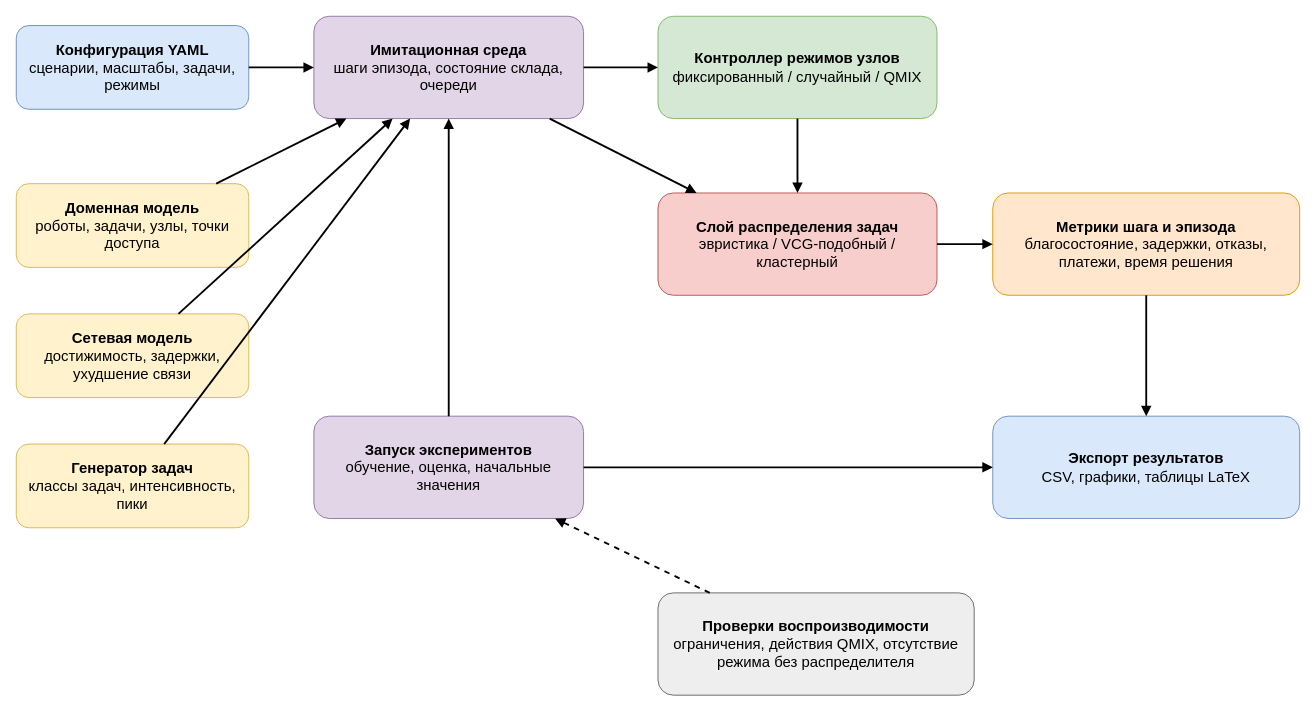
Above: Dissertation/images/drawio/ch7_prototype_architecture.drawio in Dima12101/SPbU-Phd-LaTeX-Dissertation (draw.io), before the change. Source tidied: cells renumbered, new cells numbered last; positions are measured from the earlier drawing's top-left corner, leaving out a move shared by most shapes. Both pictures are drawn from the tidied source at 93%, with x=0, y=0 at pixel (16, 16).
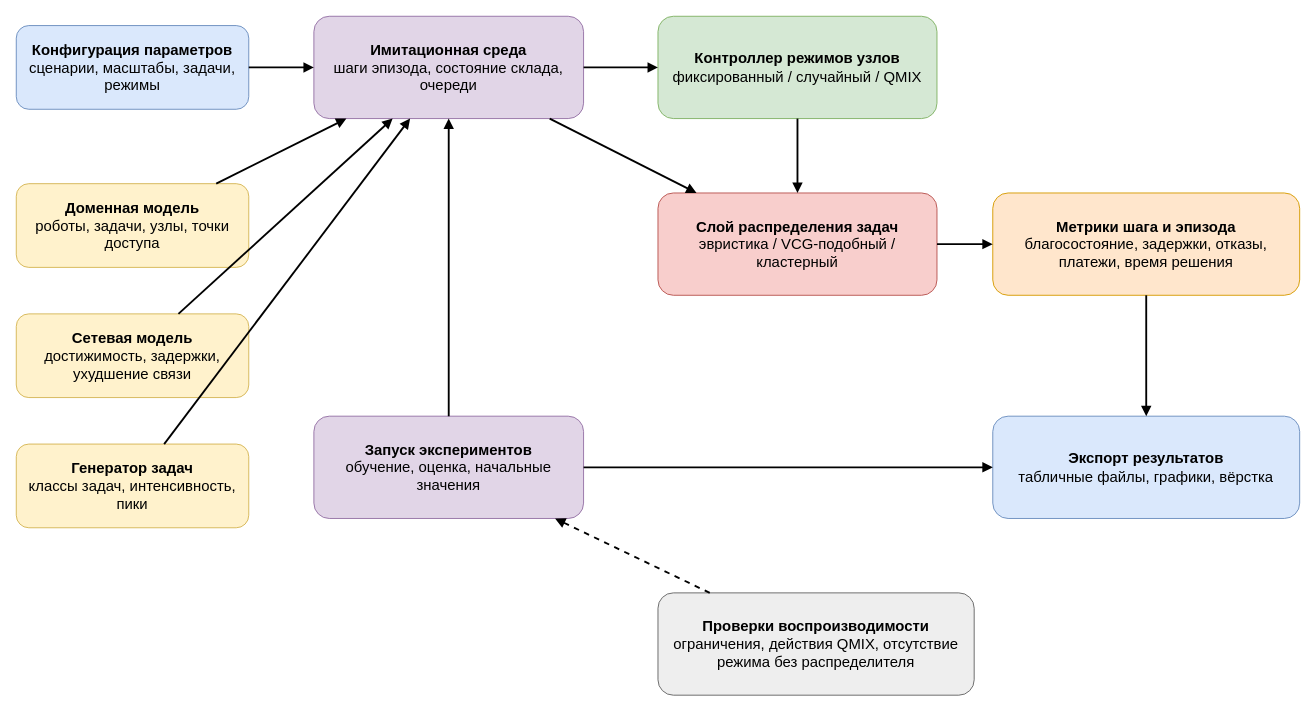
The same diagram, later.

What changed in the source:
```diff
@@
-    <mxCell id="2" value="&lt;b&gt;Конфигурация YAML&lt;br&gt;&lt;/b&gt;сценарии, масштабы, задачи, режимы" style="rounded=1;whiteSpace=wrap;html=1;fillColor=#dae8fc;strokeColor=#6c8ebf;fontSize=16;" parent="1" vertex="1">
+    <mxCell id="2" value="&lt;b&gt;Конфигурация параметров&lt;br&gt;&lt;/b&gt;сценарии, масштабы, задачи, режимы" style="rounded=1;whiteSpace=wrap;html=1;fillColor=#dae8fc;strokeColor=#6c8ebf;fontSize=16;" parent="1" vertex="1">
       <mxGeometry y="10" width="250" height="90" as="geometry" />
     </mxCell>
@@
-    <mxCell id="11" value="&lt;b&gt;Экспорт результатов&lt;br&gt;&lt;/b&gt;CSV, графики, таблицы LaTeX" style="rounded=1;whiteSpace=wrap;html=1;fillColor=#dae8fc;strokeColor=#6c8ebf;fontSize=16;" parent="1" vertex="1">
+    <mxCell id="11" value="&lt;b&gt;Экспорт результатов&lt;br&gt;&lt;/b&gt;табличные файлы, графики, вёрстка" style="rounded=1;whiteSpace=wrap;html=1;fillColor=#dae8fc;strokeColor=#6c8ebf;fontSize=16;" parent="1" vertex="1">
       <mxGeometry x="1050" y="430" width="330" height="110" as="geometry" />
     </mxCell>
```
